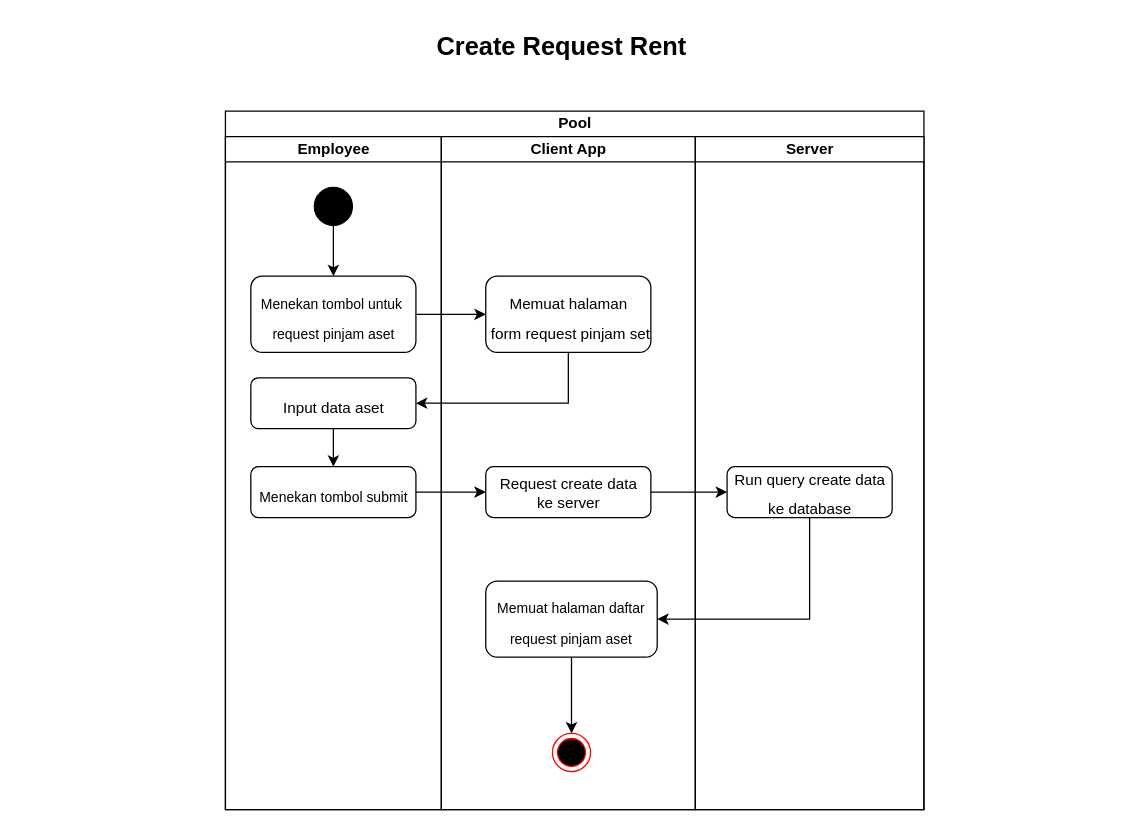
Above: page "AD-Request Rent" (3 of 6) of Untitled Diagram.drawio in alifandartaa/BPMN-MCC72 (draw.io), before the change. Source tidied: cells renumbered, new cells numbered last; positions are measured from the earlier drawing's top-left corner, leaving out a move shared by most shapes. Both pictures are drawn from the tidied source at 127%, with x=0, y=0 at pixel (22, 22).
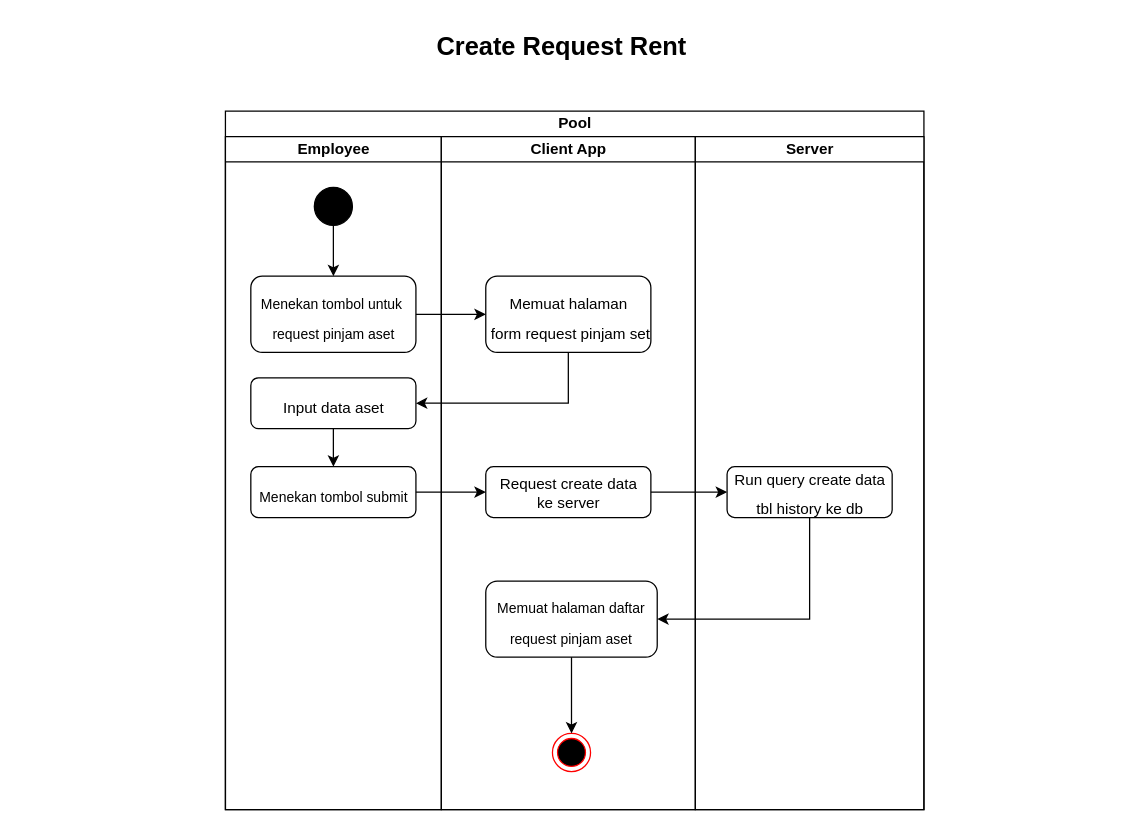
Above is the later version.

The change refers to these unchanged cells:
```xml
<mxCell id="16" value="Server" style="swimlane;startSize=20;html=1;" parent="2" vertex="1">
  <mxGeometry x="370" y="20" width="180" height="530" as="geometry" />
</mxCell>
```

Diff of the diagram source:
```diff
@@
-    <mxCell id="17" value="&lt;p style=&quot;line-height: 0%;&quot;&gt;&lt;font style=&quot;font-size: 12px;&quot;&gt;Run query create data&lt;/font&gt;&lt;/p&gt;&lt;p style=&quot;line-height: 0%;&quot;&gt;&lt;font style=&quot;font-size: 12px;&quot;&gt;ke database&lt;/font&gt;&lt;/p&gt;" style="html=1;dashed=0;whitespace=wrap;strokeColor=default;strokeWidth=1;fontSize=20;fillColor=#FFFFFF;rounded=1;" parent="16" vertex="1">
+    <mxCell id="17" value="&lt;p style=&quot;line-height: 0%;&quot;&gt;&lt;font style=&quot;font-size: 12px;&quot;&gt;Run query create data&lt;/font&gt;&lt;/p&gt;&lt;p style=&quot;line-height: 0%;&quot;&gt;&lt;font style=&quot;font-size: 12px;&quot;&gt;tbl history ke db&lt;/font&gt;&lt;/p&gt;" style="html=1;dashed=0;whitespace=wrap;strokeColor=default;strokeWidth=1;fontSize=20;fillColor=#FFFFFF;rounded=1;" parent="16" vertex="1">
       <mxGeometry x="25" y="260" width="130" height="40" as="geometry" />
     </mxCell>
```
